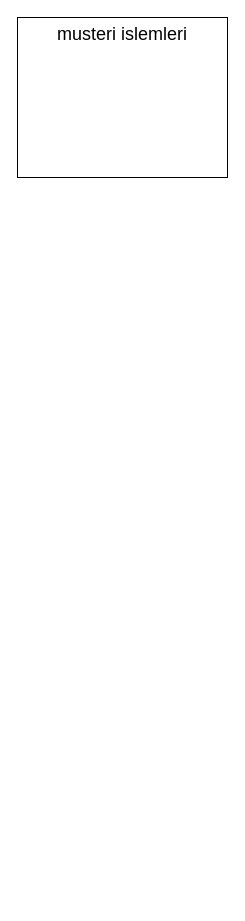
Before: Stok_takip_uygulamasi_diagram.drawio in Xawkat/Stok_takip_uygulamasi_diagram, a draw.io diagram. Source tidied: cells renumbered, new cells numbered last; positions are measured from the earlier drawing's top-left corner, leaving out a move shared by most shapes. Both pictures are drawn from the tidied source at 100%, with x=0, y=0 at pixel (17, 17).
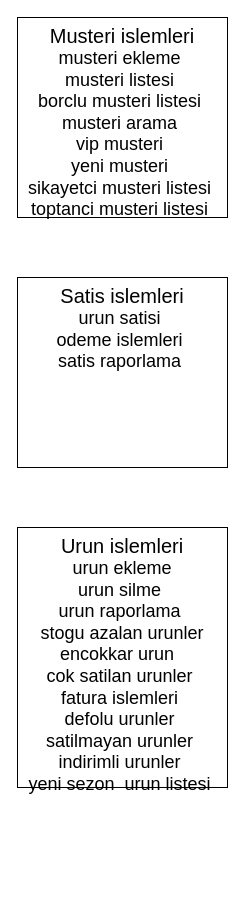
The same page after the edit.

The edit, as a diff of the source:
```diff
@@
 <mxGraphModel background="#ffffff">
   <root>
     <mxCell id="0" />
     <mxCell id="1" parent="0" />
-    <mxCell id="2" value="&lt;font style=&quot;font-size: 18px&quot;&gt;musteri islemleri&lt;br&gt;&lt;br&gt;&lt;/font&gt;" style="rounded=0;whiteSpace=wrap;html=1;align=center;verticalAlign=top;" parent="1" vertex="1">
-      <mxGeometry width="210" height="160" as="geometry" />
+    <mxCell id="2" value="&lt;font&gt;&lt;font style=&quot;font-size: 20px&quot;&gt;Musteri islemleri&lt;/font&gt;&lt;br&gt;&lt;span style=&quot;font-size: 18px&quot;&gt;musteri ekleme&amp;nbsp;&lt;/span&gt;&lt;br&gt;&lt;span style=&quot;font-size: 18px&quot;&gt;musteri listesi&amp;nbsp;&lt;/span&gt;&lt;br&gt;&lt;span style=&quot;font-size: 18px&quot;&gt;borclu musteri listesi&amp;nbsp;&lt;/span&gt;&lt;br&gt;&lt;span style=&quot;font-size: 18px&quot;&gt;musteri arama&amp;nbsp;&lt;/span&gt;&lt;br&gt;&lt;span style=&quot;font-size: 18px&quot;&gt;vip musteri&amp;nbsp;&lt;/span&gt;&lt;br&gt;&lt;span style=&quot;font-size: 18px&quot;&gt;yeni musteri&amp;nbsp;&lt;/span&gt;&lt;br&gt;&lt;span style=&quot;font-size: 18px&quot;&gt;sikayetci musteri listesi&amp;nbsp;&lt;br&gt;&lt;/span&gt;&lt;font style=&quot;font-size: 18px&quot;&gt;toptanci musteri listesi&amp;nbsp;&lt;/font&gt;&lt;br&gt;&lt;br&gt;&lt;br&gt;&lt;br&gt;&lt;/font&gt;" style="rounded=0;whiteSpace=wrap;html=1;align=center;verticalAlign=top;" parent="1" vertex="1">
+      <mxGeometry width="210" height="200" as="geometry" />
     </mxCell>
+    <mxCell id="3" value="&lt;font&gt;&lt;font style=&quot;font-size: 20px&quot;&gt;Satis islemleri&lt;/font&gt;&lt;br&gt;&lt;span style=&quot;font-size: 18px&quot;&gt;urun satisi&amp;nbsp;&lt;br&gt;odeme islemleri&amp;nbsp;&lt;br&gt;satis raporlama&amp;nbsp;&lt;br&gt;&amp;nbsp;&lt;/span&gt;&lt;br&gt;&lt;br&gt;&lt;br&gt;&lt;br&gt;&lt;/font&gt;" style="rounded=0;whiteSpace=wrap;html=1;align=center;verticalAlign=top;" parent="1" vertex="1">
+      <mxGeometry y="260" width="210" height="190" as="geometry" />
+    </mxCell>
+    <mxCell id="4" value="&lt;font&gt;&lt;font style=&quot;font-size: 20px&quot;&gt;Urun islemleri&lt;/font&gt;&lt;br&gt;&lt;span style=&quot;font-size: 18px&quot;&gt;urun ekleme&lt;br&gt;urun silme&amp;nbsp;&lt;br&gt;urun raporlama&amp;nbsp;&lt;br&gt;stogu azalan urunler&lt;br&gt;encokkar urun&amp;nbsp;&amp;nbsp;&lt;br&gt;cok satilan urunler&amp;nbsp;&lt;br&gt;fatura islemleri&amp;nbsp;&lt;br&gt;defolu urunler&amp;nbsp;&lt;br&gt;satilmayan urunler&amp;nbsp;&lt;br&gt;indirimli urunler&amp;nbsp;&lt;br&gt;yeni sezon&amp;nbsp; urun listesi&amp;nbsp;&lt;br&gt;&lt;br&gt;&lt;br&gt;&amp;nbsp;&lt;/span&gt;&lt;br&gt;&lt;br&gt;&lt;br&gt;&lt;br&gt;&lt;/font&gt;" style="rounded=0;whiteSpace=wrap;html=1;align=center;verticalAlign=top;" parent="1" vertex="1">
+      <mxGeometry y="510" width="210" height="260" as="geometry" />
+    </mxCell>
   </root>
 </mxGraphModel>
```
